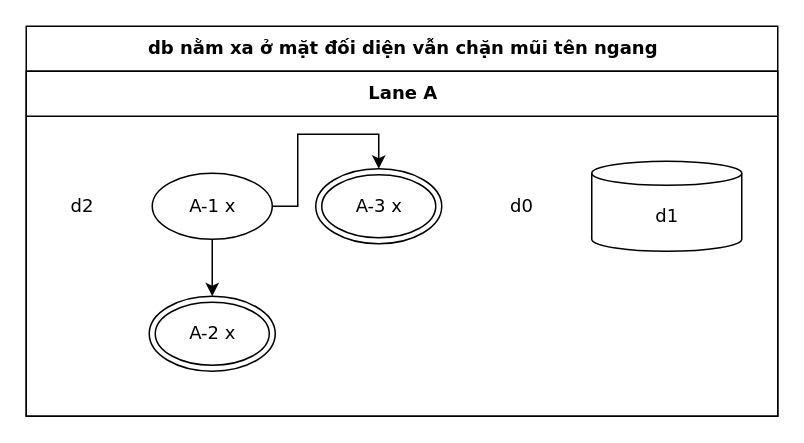
The draw.io diagram conformance/golden/optimize/cases-61-route-b-attach-far-side.drawio in luytbq/flowcast, before the edit. Source tidied: cells renumbered, new cells numbered last; positions are measured from the earlier drawing's top-left corner, leaving out a move shared by most shapes. Both pictures are drawn from the tidied source at 150%, with x=0, y=0 at pixel (26, 26).
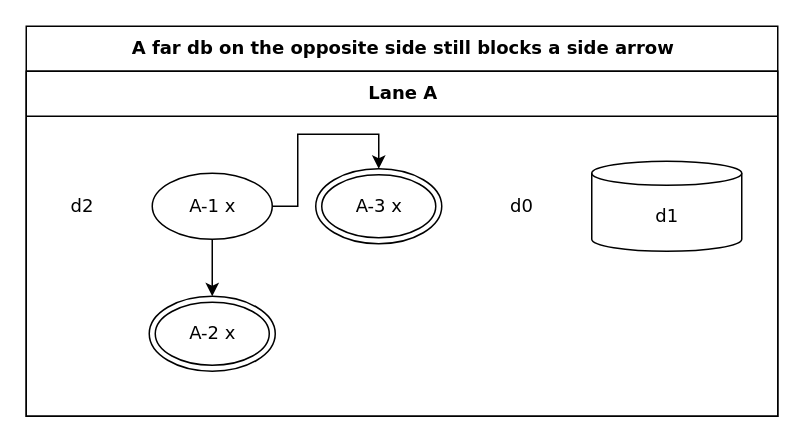
The same page after the edit.

Diff of the diagram source:
```diff
@@
 <mxGraphModel>
   <root>
     <mxCell id="0" />
     <mxCell id="1" parent="0" />
-    <mxCell id="2" value="db nằm xa ở mặt đối diện vẫn chặn mũi tên ngang" style="swimlane;html=1;startSize=30;fontStyle=1;fontFamily=Verdana;fontSize=12;flowtable=1;" parent="1" vertex="1">
+    <mxCell id="2" value="A far db on the opposite side still blocks a side arrow" style="swimlane;html=1;startSize=30;fontStyle=1;fontFamily=Verdana;fontSize=12;flowtable=1;" parent="1" vertex="1">
       <mxGeometry width="501" height="260" as="geometry" />
     </mxCell>
     <mxCell id="3" value="Lane A" style="swimlane;html=1;startSize=30;fontFamily=Verdana;fontSize=12;flowtable=1;" parent="2" vertex="1">
       <mxGeometry y="30" width="501" height="230" as="geometry" />
     </mxCell>
     <mxCell id="4" value="A-1 x" style="ellipse;html=1;fontFamily=Verdana;fontSize=12;flowtable=1;" parent="3" vertex="1">
       <mxGeometry x="84" y="68" width="80" height="44" as="geometry" />
     </mxCell>
     <mxCell id="5" value="A-2 x" style="shape=doubleEllipse;html=1;fontFamily=Verdana;fontSize=12;flowtable=1;" parent="3" vertex="1">
       <mxGeometry x="82" y="150" width="84" height="50" as="geometry" />
     </mxCell>
     <mxCell id="6" value="A-3 x" style="shape=doubleEllipse;html=1;fontFamily=Verdana;fontSize=12;flowtable=1;" parent="3" vertex="1">
       <mxGeometry x="193" y="65" width="84" height="50" as="geometry" />
     </mxCell>
     <mxCell id="7" value="d0" style="text;html=1;align=left;verticalAlign=middle;spacingLeft=4;fontFamily=Verdana;fontSize=12;flowtable=1;" parent="3" vertex="1">
       <mxGeometry x="317" y="76" width="36" height="28" as="geometry" />
     </mxCell>
     <mxCell id="8" value="d1" style="shape=cylinder3;html=1;boundedLbl=1;backgroundOutline=1;size=8;fontFamily=Verdana;fontSize=12;flowtable=1;" parent="3" vertex="1">
       <mxGeometry x="377" y="60" width="100" height="60" as="geometry" />
     </mxCell>
     <mxCell id="9" value="d2" style="text;html=1;align=left;verticalAlign=middle;spacingLeft=4;fontFamily=Verdana;fontSize=12;flowtable=1;" parent="3" vertex="1">
       <mxGeometry x="24" y="76" width="36" height="28" as="geometry" />
     </mxCell>
     <mxCell id="10" style="edgeStyle=orthogonalEdgeStyle;rounded=0;jettySize=auto;html=1;labelBackgroundColor=default;exitX=1;exitY=0.5;exitDx=0;exitDy=0;entryX=0.5;entryY=0;entryDx=0;entryDy=0;fontFamily=Verdana;fontSize=12;flowtable=1;" parent="2" edge="1" source="4" target="6">
       <mxGeometry relative="1" as="geometry">
         <Array as="points">
           <mxPoint x="181" y="120" />
           <mxPoint x="181" y="72" />
           <mxPoint x="235" y="72" />
         </Array>
       </mxGeometry>
     </mxCell>
     <mxCell id="11" style="edgeStyle=orthogonalEdgeStyle;rounded=0;jettySize=auto;html=1;labelBackgroundColor=default;exitX=0.5;exitY=1;exitDx=0;exitDy=0;entryX=0.5;entryY=0;entryDx=0;entryDy=0;fontFamily=Verdana;fontSize=12;flowtable=1;" parent="2" edge="1" source="4" target="5">
       <mxGeometry relative="1" as="geometry" />
     </mxCell>
   </root>
 </mxGraphModel>
```
